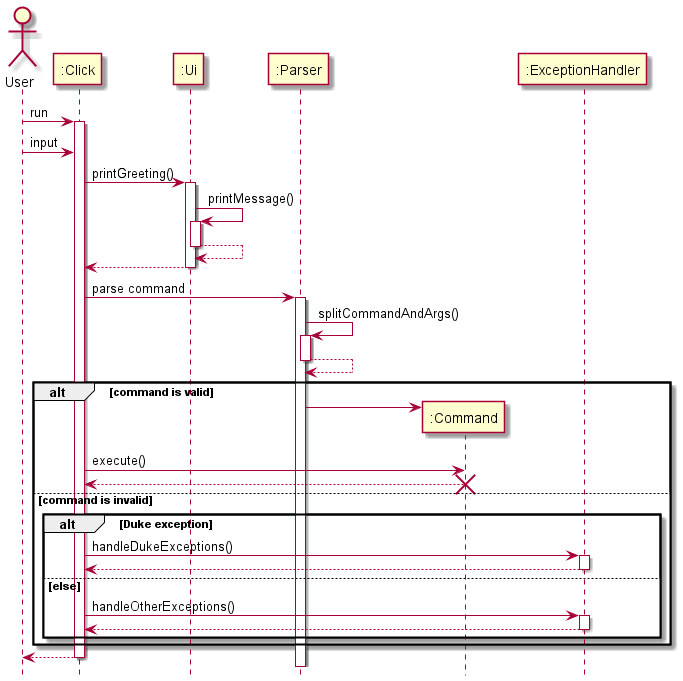
Above: docs/images/ClickRun.png in nus-cs2113-AY2122S1/tp (PlantUML), before the change. Its source is kept beside it as docs/images/ClickRun.puml. Its diagram source:
```plantuml
@startuml
hide footbox

Actor User
User -> ":Click" : run
activate ":Click"
User -> ":Click" : input
":Click" -> ":Ui" : printGreeting()
activate ":Ui"
":Ui" -> ":Ui" : printMessage()
activate ":Ui"
":Ui" --> ":Ui"
deactivate ":Ui"
":Ui" --> ":Click"
deactivate ":Ui"
":Click" -> ":Parser" : parse command
activate ":Parser"
":Parser" -> ":Parser" : splitCommandAndArgs()
activate ":Parser"
":Parser" --> ":Parser"
deactivate ":Parser"

alt command is valid
    create ":Command"
    ":Parser" -> ":Command"
    ":Click" -> ":Command" : execute()
    ":Command" --> ":Click"
    deactivate ":Command"
    destroy ":Command"

else command is invalid
    alt Duke exception
        ":Click" -> ":ExceptionHandler" : handleDukeExceptions()
        activate ":ExceptionHandler"
        ":ExceptionHandler" --> ":Click"
        deactivate ":ExceptionHandler"
    else else
        ":Click" -> ":ExceptionHandler" : handleOtherExceptions()
        activate ":ExceptionHandler"
        ":ExceptionHandler" --> ":Click"
        deactivate ":ExceptionHandler"
    end
end
return
@enduml
```
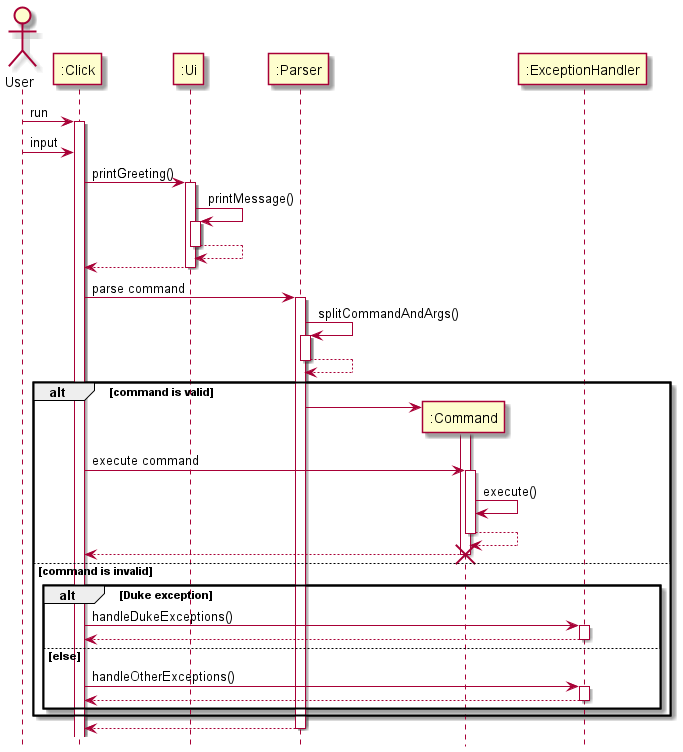
Above is the later version.

Commit message:
Improve clickrun diagram

Change to the diagram source:
```diff
@@ -23,7 +23,13 @@
 alt command is valid
     create ":Command"
     ":Parser" -> ":Command"
-    ":Click" -> ":Command" : execute()
+    activate ":Command"
+    return
+    ":Click" -> ":Command" : execute command
+    activate ":Command"
+    ":Command" -> ":Command" : execute()
+    ":Command" --> ":Command"
+    deactivate ":Command"
     ":Command" --> ":Click"
     deactivate ":Command"
     destroy ":Command"
```
